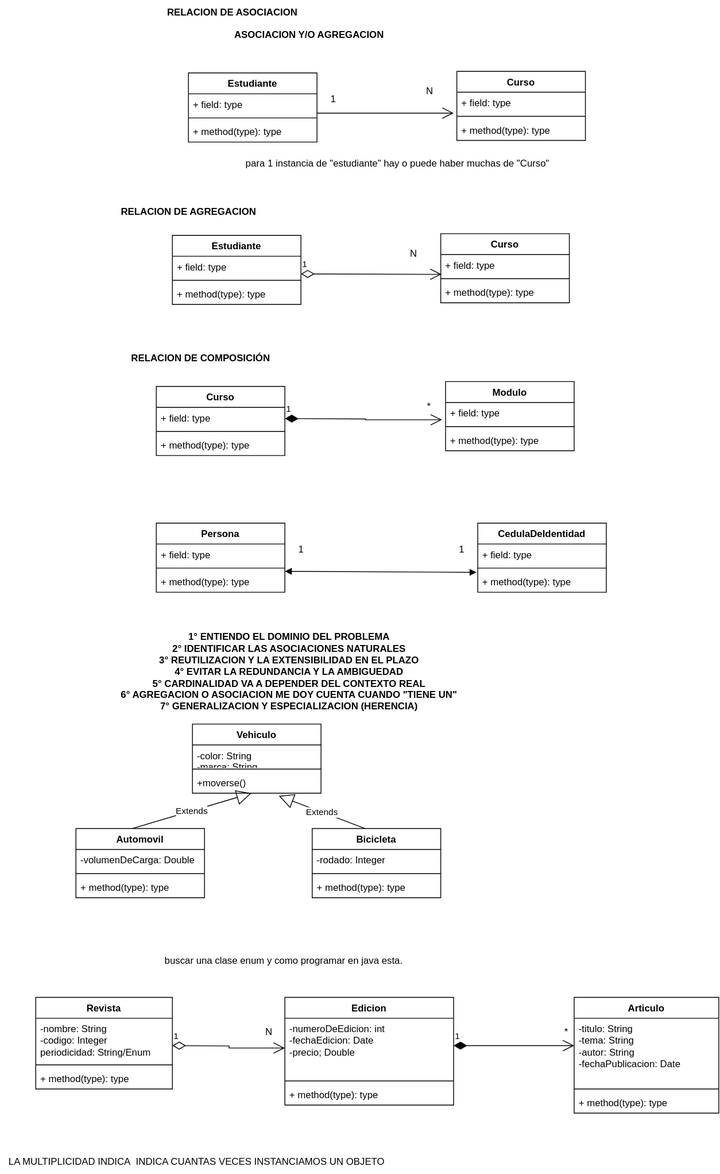
Before: Clase 5- Relacion de Clases/C5relacionEntreObjetos.drawio.svg, a diagram exported from draw.io (jpereyradh/POO_C6_02_2024). Source tidied: cells renumbered, new cells last; positions are measured from the earlier drawing's top-left corner, leaving out a move shared by most shapes.
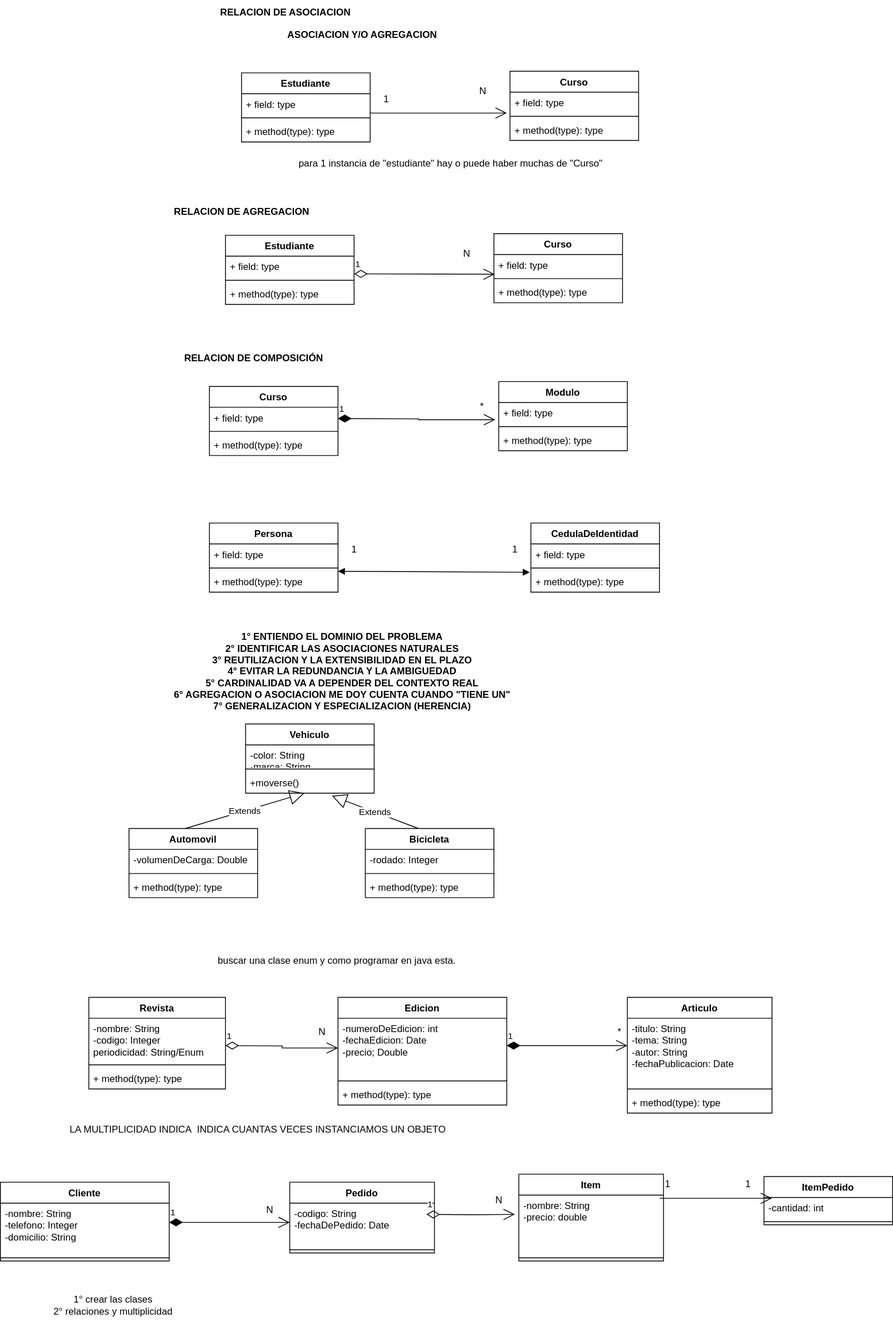
After the change.

Diff of the diagram source:
```diff
@@ -258,7 +258,75 @@
       <mxGeometry x="690" y="1268" width="30" height="30" as="geometry" />
     </mxCell>
     <mxCell id="81" value="LA MULTIPLICIDAD INDICA&amp;nbsp; INDICA CUANTAS VECES INSTANCIAMOS UN OBJETO" style="text;html=1;align=center;verticalAlign=middle;strokeColor=none;fillColor=none;" parent="1" vertex="1">
-      <mxGeometry y="1430" width="490" height="30" as="geometry" />
+      <mxGeometry x="10" y="1390" width="490" height="30" as="geometry" />
     </mxCell>
+    <mxCell id="82" value="Cliente" style="swimlane;fontStyle=1;align=center;verticalAlign=top;horizontal=1;startSize=26;whiteSpace=wrap;html=1;" parent="1" vertex="1">
+      <mxGeometry x="-65" y="1470" width="210" height="98" as="geometry" />
+    </mxCell>
+    <mxCell id="83" value="-nombre: String&lt;div&gt;-telefono: Integer&lt;/div&gt;&lt;div&gt;-domicilio: String&lt;/div&gt;" style="text;strokeColor=none;fillColor=none;align=left;verticalAlign=top;spacingLeft=4;spacingRight=4;overflow=hidden;whiteSpace=wrap;html=1;" parent="82" vertex="1">
+      <mxGeometry y="26" width="210" height="64" as="geometry" />
+    </mxCell>
+    <mxCell id="84" style="line;strokeWidth=1;fillColor=none;align=left;verticalAlign=middle;spacingTop=-1;spacingLeft=3;spacingRight=3;labelPosition=right;strokeColor=inherit;" parent="82" vertex="1">
+      <mxGeometry y="90" width="210" height="8" as="geometry" />
+    </mxCell>
+    <mxCell id="85" value="Pedido" style="swimlane;fontStyle=1;align=center;verticalAlign=top;horizontal=1;startSize=26;whiteSpace=wrap;html=1;" parent="1" vertex="1">
+      <mxGeometry x="295" y="1470" width="180" height="88" as="geometry" />
+    </mxCell>
+    <mxCell id="86" value="1" style="endArrow=open;html=1;endSize=12;startArrow=diamondThin;startSize=14;startFill=0;edgeStyle=orthogonalEdgeStyle;align=left;verticalAlign=bottom;rounded=0;entryX=-0.028;entryY=0.324;entryDx=0;entryDy=0;entryPerimeter=0;" parent="85" edge="1" target="90">
+      <mxGeometry x="-1" y="3" relative="1" as="geometry">
+        <mxPoint x="170" y="40" as="sourcePoint" />
+      </mxGeometry>
+    </mxCell>
+    <mxCell id="87" value="-codigo: String&lt;br&gt;-fechaDePedido: Date" style="text;strokeColor=none;fillColor=none;align=left;verticalAlign=top;spacingLeft=4;spacingRight=4;overflow=hidden;whiteSpace=wrap;html=1;" parent="85" vertex="1">
+      <mxGeometry y="26" width="180" height="54" as="geometry" />
+    </mxCell>
+    <mxCell id="88" style="line;strokeWidth=1;fillColor=none;align=left;verticalAlign=middle;spacingTop=-1;spacingLeft=3;spacingRight=3;labelPosition=right;strokeColor=inherit;" parent="85" vertex="1">
+      <mxGeometry y="80" width="180" height="8" as="geometry" />
+    </mxCell>
+    <mxCell id="89" value="Item" style="swimlane;fontStyle=1;align=center;verticalAlign=top;horizontal=1;startSize=26;whiteSpace=wrap;html=1;" parent="1" vertex="1">
+      <mxGeometry x="580" y="1460" width="180" height="108" as="geometry" />
+    </mxCell>
+    <mxCell id="90" value="-nombre: String&lt;br&gt;-precio: double" style="text;strokeColor=none;fillColor=none;align=left;verticalAlign=top;spacingLeft=4;spacingRight=4;overflow=hidden;points=[[0,0.5],[1,0.5]];portConstraint=eastwest;whiteSpace=wrap;html=1;" parent="89" vertex="1">
+      <mxGeometry y="26" width="180" height="74" as="geometry" />
+    </mxCell>
+    <mxCell id="91" style="line;strokeWidth=1;fillColor=none;align=left;verticalAlign=middle;spacingTop=-1;spacingLeft=3;spacingRight=3;labelPosition=right;strokeColor=inherit;" parent="89" vertex="1">
+      <mxGeometry y="100" width="180" height="8" as="geometry" />
+    </mxCell>
+    <mxCell id="92" value="ItemPedido" style="swimlane;fontStyle=1;align=center;verticalAlign=top;horizontal=1;startSize=26;whiteSpace=wrap;html=1;" parent="1" vertex="1">
+      <mxGeometry x="885" y="1463" width="160" height="60" as="geometry" />
+    </mxCell>
+    <mxCell id="93" value="-cantidad: int" style="text;strokeColor=none;fillColor=none;align=left;verticalAlign=top;spacingLeft=4;spacingRight=4;overflow=hidden;whiteSpace=wrap;html=1;" parent="92" vertex="1">
+      <mxGeometry y="26" width="160" height="26" as="geometry" />
+    </mxCell>
+    <mxCell id="94" style="line;strokeWidth=1;fillColor=none;align=left;verticalAlign=middle;spacingTop=-1;spacingLeft=3;spacingRight=3;labelPosition=right;strokeColor=inherit;" parent="92" vertex="1">
+      <mxGeometry y="52" width="160" height="8" as="geometry" />
+    </mxCell>
+    <mxCell id="95" value="1° crear las clases&lt;br&gt;2° relaciones y multiplicidad" style="text;html=1;align=center;verticalAlign=middle;strokeColor=none;fillColor=none;" parent="1" vertex="1">
+      <mxGeometry x="-10" y="1603" width="170" height="40" as="geometry" />
+    </mxCell>
+    <mxCell id="96" value="1" style="endArrow=open;html=1;endSize=12;startArrow=diamondThin;startSize=14;startFill=1;edgeStyle=orthogonalEdgeStyle;align=left;verticalAlign=bottom;rounded=0;" parent="1" edge="1">
+      <mxGeometry x="-1" y="3" relative="1" as="geometry">
+        <mxPoint x="145" y="1520" as="sourcePoint" />
+        <mxPoint x="295" y="1520" as="targetPoint" />
+      </mxGeometry>
+    </mxCell>
+    <mxCell id="97" value="N" style="text;html=1;align=center;verticalAlign=middle;strokeColor=none;fillColor=none;" parent="1" vertex="1">
+      <mxGeometry x="255" y="1490" width="30" height="30" as="geometry" />
+    </mxCell>
+    <mxCell id="98" value="N" style="text;html=1;align=center;verticalAlign=middle;strokeColor=none;fillColor=none;" parent="1" vertex="1">
+      <mxGeometry x="540" y="1478" width="30" height="30" as="geometry" />
+    </mxCell>
+    <mxCell id="99" style="endArrow=open;endFill=1;endSize=12;html=1;rounded=0;" parent="1" edge="1">
+      <mxGeometry relative="1" as="geometry">
+        <mxPoint x="755" y="1490" as="sourcePoint" />
+        <mxPoint x="895" y="1490" as="targetPoint" />
+      </mxGeometry>
+    </mxCell>
+    <mxCell id="100" value="1" style="text;html=1;align=center;verticalAlign=middle;strokeColor=none;fillColor=none;" parent="1" vertex="1">
+      <mxGeometry x="750" y="1458" width="30" height="30" as="geometry" />
+    </mxCell>
+    <mxCell id="101" value="1" style="text;html=1;align=center;verticalAlign=middle;strokeColor=none;fillColor=none;" parent="1" vertex="1">
+      <mxGeometry x="850" y="1458" width="30" height="30" as="geometry" />
+    </mxCell>
   </root>
 </mxGraphModel>
```
